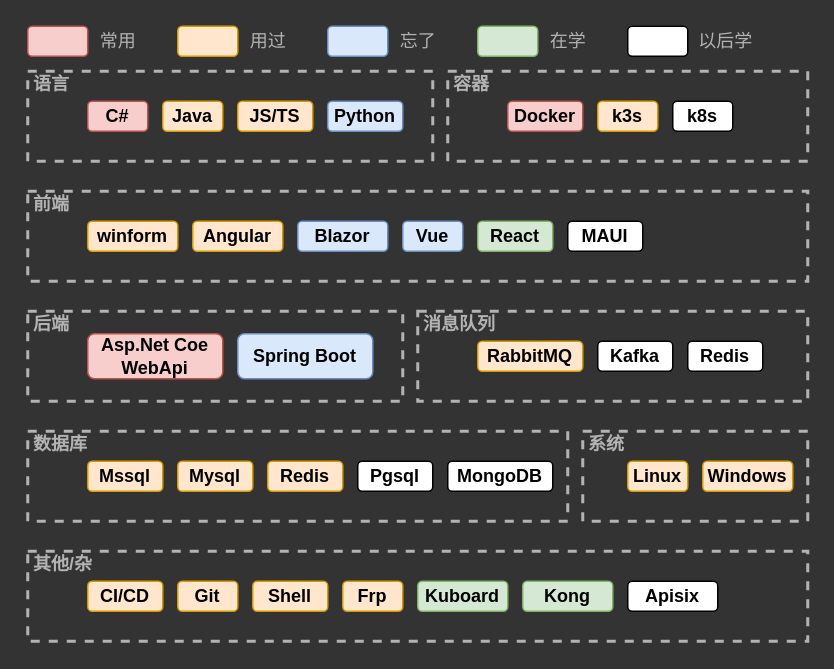
Before: static/img/drawio/技术栈.drawio in CollapseNav/CollapseNav.Net.Tool-Doc, a draw.io diagram. Source tidied: cells renumbered, new cells numbered last; positions are measured from the earlier drawing's top-left corner, leaving out a move shared by most shapes. Both pictures are drawn from the tidied source at 150%, with x=0, y=0 at pixel (27, 26).
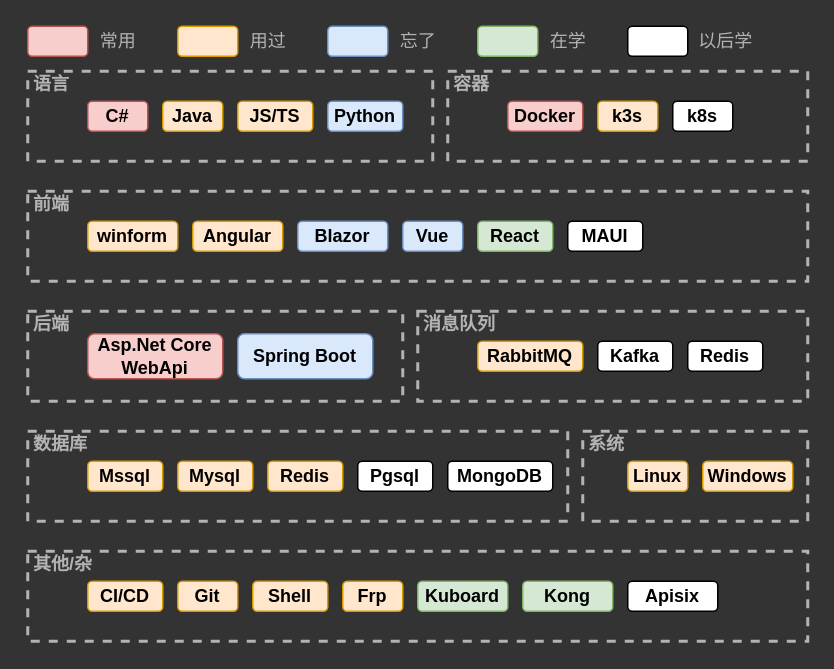
Above is the later version.

Unchanged cells that the change refers to:
```xml
<mxCell id="37" style="group;" parent="1" vertex="1">
  <mxGeometry y="190" width="250" height="60" as="geometry" />
</mxCell>
```

What changed in the source:
```diff
@@
-    <mxCell id="39" value="&lt;font color=&quot;#000000&quot;&gt;&lt;b&gt;Asp.Net Coe&lt;br&gt;WebApi&lt;br&gt;&lt;/b&gt;&lt;/font&gt;" style="rounded=1;whiteSpace=wrap;html=1;fillColor=#f8cecc;strokeColor=#b85450;" parent="37" vertex="1">
+    <mxCell id="39" value="&lt;font color=&quot;#000000&quot;&gt;&lt;b&gt;Asp.Net Core&lt;br&gt;WebApi&lt;br&gt;&lt;/b&gt;&lt;/font&gt;" style="rounded=1;whiteSpace=wrap;html=1;fillColor=#f8cecc;strokeColor=#b85450;" parent="37" vertex="1">
       <mxGeometry x="40" y="15" width="90" height="30" as="geometry" />
     </mxCell>
```
